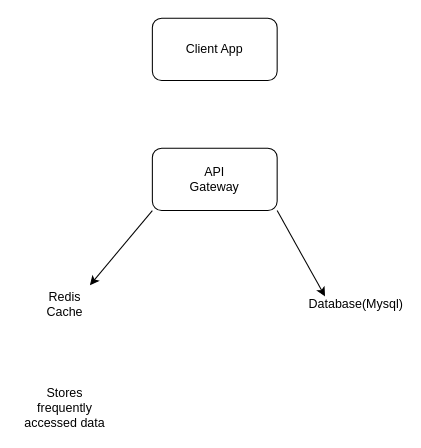
The draw.io diagram redis_function.drawio in Frikangfavour237/Software-architecture, before the edit. Source tidied: cells renumbered, new cells numbered last; positions are measured from the earlier drawing's top-left corner, leaving out a move shared by most shapes. Both pictures are drawn from the tidied source at 104%, with x=0, y=0 at pixel (18, 18).
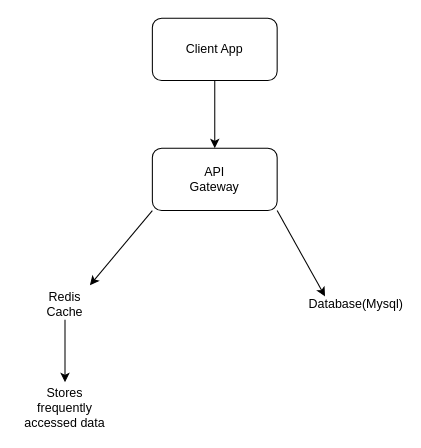
The same diagram, later.

Commit message (it also covers changes not shown here):
Mettre à jour redis_function.drawio

Diff of the diagram source:
```diff
@@
 <mxGraphModel>
   <root>
     <mxCell id="0" />
     <mxCell id="1" parent="0" />
     <mxCell id="2" style="rounded=1;whiteSpace=wrap;html=1;" parent="1" vertex="1">
       <mxGeometry x="129" width="120" height="60" as="geometry" />
     </mxCell>
     <mxCell id="3" value="Client App" style="text;html=1;whiteSpace=wrap;strokeColor=none;fillColor=none;align=center;verticalAlign=middle;rounded=0;" parent="1" vertex="1">
       <mxGeometry x="159" y="15" width="60" height="30" as="geometry" />
     </mxCell>
     <mxCell id="4" style="rounded=1;whiteSpace=wrap;html=1;" parent="1" vertex="1">
       <mxGeometry x="129" y="125" width="120" height="60" as="geometry" />
     </mxCell>
     <mxCell id="5" value="API Gateway" style="text;html=1;whiteSpace=wrap;strokeColor=none;fillColor=none;align=center;verticalAlign=middle;rounded=0;" parent="1" vertex="1">
       <mxGeometry x="159" y="140" width="60" height="30" as="geometry" />
     </mxCell>
     <mxCell id="6" value="Redis Cache" style="text;html=1;whiteSpace=wrap;strokeColor=none;fillColor=none;align=center;verticalAlign=middle;rounded=0;" parent="1" vertex="1">
       <mxGeometry x="15" y="260" width="60" height="30" as="geometry" />
     </mxCell>
     <mxCell id="7" value="Database(Mysql)" style="text;html=1;whiteSpace=wrap;strokeColor=none;fillColor=none;align=center;verticalAlign=middle;rounded=0;" parent="1" vertex="1">
       <mxGeometry x="295" y="260" width="60" height="30" as="geometry" />
     </mxCell>
     <mxCell id="8" style="endArrow=classic;html=1;rounded=0;exitX=1;exitY=1;exitDx=0;exitDy=0;entryX=0;entryY=0.25;entryDx=0;entryDy=0;" parent="1" edge="1" source="4" target="7">
       <mxGeometry relative="1" as="geometry" />
     </mxCell>
     <mxCell id="9" style="endArrow=classic;html=1;rounded=0;exitX=0;exitY=1;exitDx=0;exitDy=0;entryX=0.9;entryY=-0.111;entryDx=0;entryDy=0;entryPerimeter=0;" parent="1" edge="1" source="4" target="6">
       <mxGeometry relative="1" as="geometry" />
     </mxCell>
     <mxCell id="10" value="Stores frequently accessed data" style="text;html=1;whiteSpace=wrap;strokeColor=none;fillColor=none;align=center;verticalAlign=middle;rounded=0;" parent="1" vertex="1">
       <mxGeometry y="360" width="90" height="30" as="geometry" />
     </mxCell>
+    <mxCell id="11" style="endArrow=classic;html=1;rounded=0;exitX=0.5;exitY=1;exitDx=0;exitDy=0;" parent="1" edge="1" source="6">
+      <mxGeometry relative="1" as="geometry">
+        <mxPoint x="45" y="350" as="targetPoint" />
+      </mxGeometry>
+    </mxCell>
+    <mxCell id="12" style="endArrow=classic;html=1;rounded=0;exitX=0.5;exitY=1;exitDx=0;exitDy=0;entryX=0.5;entryY=0;entryDx=0;entryDy=0;" parent="1" edge="1" source="2" target="4">
+      <mxGeometry relative="1" as="geometry" />
+    </mxCell>
   </root>
 </mxGraphModel>
```
